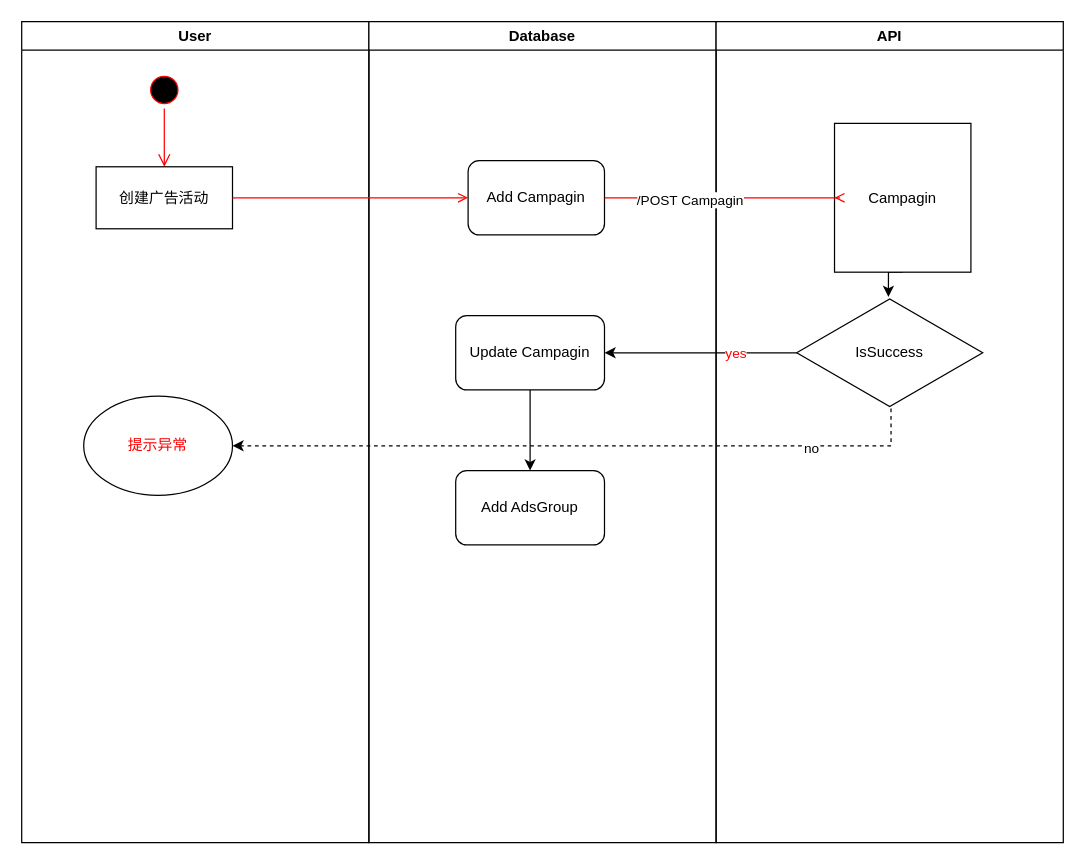
Earlier version of the draw.io diagram 创建广告活动.drawio (J-W-Chan/ChromeDemo). Source tidied: cells renumbered, new cells numbered last; positions are measured from the earlier drawing's top-left corner, leaving out a move shared by most shapes. Both pictures are drawn from the tidied source at 124%, with x=0, y=0 at pixel (21, 21).
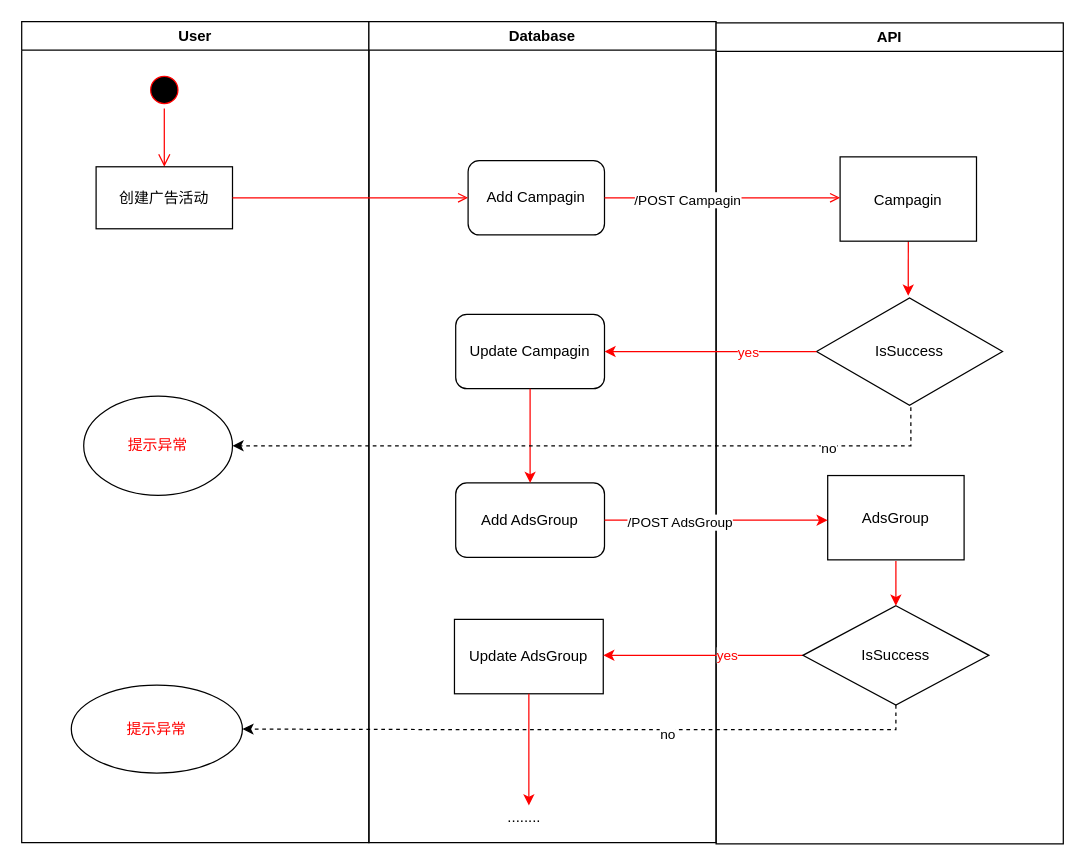
Above is the later version.

Commit message:
Update 创建广告活动.drawio

The change refers to these unchanged cells:
```xml
<mxCell id="2" value="User" style="swimlane;whiteSpace=wrap;" parent="1" vertex="1">
  <mxGeometry width="280" height="662" as="geometry" />
</mxCell>
<mxCell id="7" value="Database" style="swimlane;whiteSpace=wrap;" parent="1" vertex="1">
  <mxGeometry x="280" width="280" height="662" as="geometry" />
</mxCell>
<mxCell id="11" value="Add Campagin" style="rounded=1;whiteSpace=wrap;html=1;" parent="7" vertex="1">
  <mxGeometry x="80" y="112" width="110" height="60" as="geometry" />
</mxCell>
```

What changed in the source:
```diff
@@
+    <mxCell id="23" value="&lt;font color=&quot;#ff0000&quot;&gt;提示异常&lt;/font&gt;" style="ellipse;whiteSpace=wrap;html=1;" parent="2" vertex="1">
+      <mxGeometry x="40" y="535" width="138" height="71" as="geometry" />
+    </mxCell>
@@
     <mxCell id="8" value="Update&amp;nbsp;Campagin" style="rounded=1;whiteSpace=wrap;html=1;" parent="7" vertex="1">
-      <mxGeometry x="70" y="237" width="120" height="60" as="geometry" />
+      <mxGeometry x="70" y="236" width="120" height="60" as="geometry" />
     </mxCell>
     <mxCell id="9" value="Add AdsGroup" style="rounded=1;whiteSpace=wrap;html=1;" parent="7" vertex="1">
-      <mxGeometry x="70" y="362" width="120" height="60" as="geometry" />
+      <mxGeometry x="70" y="372" width="120" height="60" as="geometry" />
     </mxCell>
-    <mxCell id="10" style="edgeStyle=orthogonalEdgeStyle;rounded=0;jettySize=auto;html=1;" parent="7" edge="1" source="8" target="9">
+    <mxCell id="10" style="edgeStyle=orthogonalEdgeStyle;rounded=0;jettySize=auto;html=1;strokeColor=#FF0000;" parent="7" edge="1" source="8" target="9">
       <mxGeometry relative="1" as="geometry" />
     </mxCell>
@@
+    <mxCell id="24" value="Update AdsGroup" style="whiteSpace=wrap;html=1;" parent="7" vertex="1">
+      <mxGeometry x="69" y="482" width="120" height="60" as="geometry" />
+    </mxCell>
+    <mxCell id="25" value="........" style="text;html=1;align=center;verticalAlign=middle;strokeColor=none;fillColor=none;fontColor=#000000;" parent="7" vertex="1">
+      <mxGeometry x="105" y="632" width="40" height="20" as="geometry" />
+    </mxCell>
     <mxCell id="12" value="API" style="swimlane;whiteSpace=wrap;" parent="1" vertex="1">
-      <mxGeometry x="560" width="280" height="662" as="geometry" />
+      <mxGeometry x="560" y="1" width="280" height="662" as="geometry" />
     </mxCell>
-    <mxCell id="13" style="edgeStyle=orthogonalEdgeStyle;rounded=0;jettySize=auto;html=1;exitX=0.5;exitY=1;exitDx=0;exitDy=0;entryX=0.493;entryY=0;entryDx=0;entryDy=0;entryPerimeter=0;" parent="12" edge="1" source="14" target="15">
+    <mxCell id="13" style="edgeStyle=orthogonalEdgeStyle;rounded=0;jettySize=auto;html=1;exitX=0.5;exitY=1;exitDx=0;exitDy=0;entryX=0.493;entryY=0;entryDx=0;entryDy=0;entryPerimeter=0;strokeColor=#FF0000;" parent="12" edge="1" source="14" target="15">
       <mxGeometry relative="1" as="geometry" />
     </mxCell>
     <mxCell id="14" value="Campagin" parent="12" vertex="1">
-      <mxGeometry x="95.5" y="82" width="110" height="120" as="geometry" />
+      <mxGeometry x="100" y="108" width="110" height="68" as="geometry" />
     </mxCell>
     <mxCell id="15" value="IsSuccess" style="html=1;whiteSpace=wrap;shape=isoRectangle;" parent="12" vertex="1">
-      <mxGeometry x="65" y="222" width="150" height="90" as="geometry" />
+      <mxGeometry x="81" y="220" width="150" height="90" as="geometry" />
     </mxCell>
+    <mxCell id="26" value="AdsGroup" parent="12" vertex="1">
+      <mxGeometry x="90" y="365" width="110" height="68" as="geometry" />
+    </mxCell>
-    <mxCell id="16" style="endArrow=open;strokeColor=#FF0000;endFill=1;rounded=0;entryX=0;entryY=0.5;entryDx=0;entryDy=0;exitX=1;exitY=0.5;exitDx=0;exitDy=0;" parent="1" edge="1" source="11" target="14">
+    <mxCell id="16" style="endArrow=open;strokeColor=#FF0000;endFill=1;rounded=0;exitX=1;exitY=0.5;exitDx=0;exitDy=0;" parent="1" edge="1" source="11">
       <mxGeometry relative="1" as="geometry">
-        <Array as="points">
-          <mxPoint x="660" y="142" />
-        </Array>
+        <mxPoint x="660" y="142" as="targetPoint" />
       </mxGeometry>
     </mxCell>
@@
-    <mxCell id="19" style="edgeStyle=orthogonalEdgeStyle;rounded=0;jettySize=auto;html=1;entryX=1;entryY=0.5;entryDx=0;entryDy=0;" parent="1" edge="1" source="15" target="8">
+    <mxCell id="19" style="edgeStyle=orthogonalEdgeStyle;rounded=0;jettySize=auto;html=1;entryX=1;entryY=0.5;entryDx=0;entryDy=0;strokeColor=#FF0000;" parent="1" edge="1" source="15" target="8">
       <mxGeometry relative="1" as="geometry" />
     </mxCell>
@@
+    <mxCell id="27" style="edgeStyle=orthogonalEdgeStyle;rounded=0;jettySize=auto;html=1;fontColor=#000000;strokeColor=#FF0000;" parent="1" edge="1" source="9">
+      <mxGeometry relative="1" as="geometry">
+        <mxPoint x="650" y="402" as="targetPoint" />
+      </mxGeometry>
+    </mxCell>
+    <mxCell id="28" value="/POST AdsGroup" style="edgeLabel;html=1;align=center;verticalAlign=middle;fontColor=#000000;" parent="27" vertex="1">
+      <mxGeometry x="-0.34" y="-1" relative="1" as="geometry" />
+    </mxCell>
+    <mxCell id="29" style="edgeStyle=orthogonalEdgeStyle;rounded=0;jettySize=auto;html=1;exitX=0;exitY=0.5;exitDx=0;exitDy=0;entryX=1;entryY=0.483;entryDx=0;entryDy=0;entryPerimeter=0;fontColor=#000000;strokeColor=#FF0000;" parent="1" edge="1" source="33" target="24">
+      <mxGeometry relative="1" as="geometry" />
+    </mxCell>
+    <mxCell id="30" value="yes" style="edgeLabel;html=1;align=center;verticalAlign=middle;fontColor=#FF0000;" parent="29" vertex="1">
+      <mxGeometry x="-0.23" relative="1" as="geometry" />
+    </mxCell>
+    <mxCell id="31" style="edgeStyle=orthogonalEdgeStyle;rounded=0;jettySize=auto;html=1;fontColor=#FF0000;strokeColor=#000000;exitX=0.5;exitY=1;exitDx=0;exitDy=0;dashed=1;" parent="1" edge="1" source="33" target="23">
+      <mxGeometry relative="1" as="geometry" />
+    </mxCell>
+    <mxCell id="32" value="no" style="edgeLabel;html=1;align=center;verticalAlign=middle;fontColor=#000000;" parent="31" vertex="1">
+      <mxGeometry x="-0.25" y="3" relative="1" as="geometry" />
+    </mxCell>
+    <mxCell id="33" value="IsSuccess" style="rhombus;whiteSpace=wrap;html=1;" parent="1" vertex="1">
+      <mxGeometry x="630" y="471" width="150" height="80" as="geometry" />
+    </mxCell>
+    <mxCell id="34" style="edgeStyle=orthogonalEdgeStyle;rounded=0;jettySize=auto;html=1;fontColor=#000000;strokeColor=#FF0000;exitX=0.5;exitY=1.015;exitDx=0;exitDy=0;exitPerimeter=0;" parent="1" edge="1" source="26" target="33">
+      <mxGeometry relative="1" as="geometry" />
+    </mxCell>
+    <mxCell id="35" style="edgeStyle=orthogonalEdgeStyle;rounded=0;orthogonalLoop=1;jettySize=auto;html=1;fontColor=#000000;strokeColor=#FF0000;" parent="1" edge="1">
+      <mxGeometry relative="1" as="geometry">
+        <mxPoint x="409" y="542" as="sourcePoint" />
+        <mxPoint x="409" y="632" as="targetPoint" />
+      </mxGeometry>
+    </mxCell>
```
